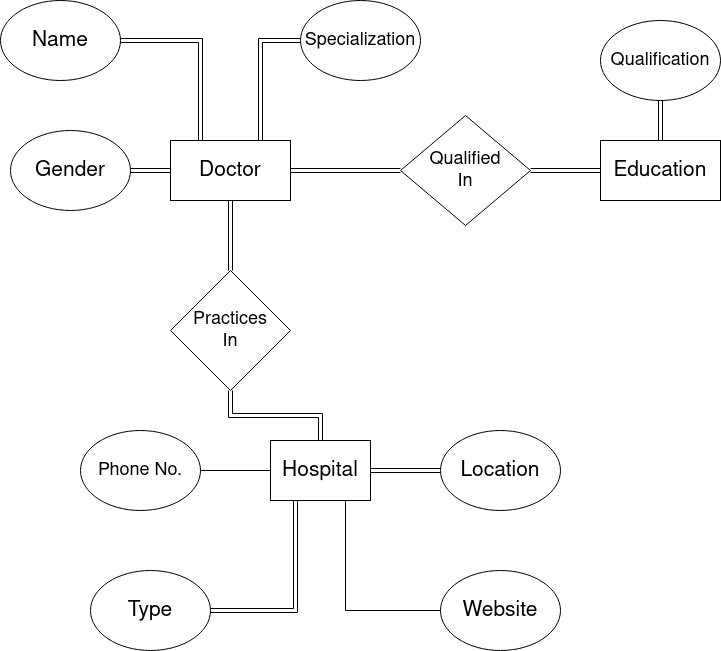
Above: Documentation/Diagrams/projectER.png in faham1997/cse470project (draw.io), before the change. Source tidied: cells renumbered, new cells last; positions are measured from the earlier drawing's top-left corner, leaving out a move shared by most shapes.
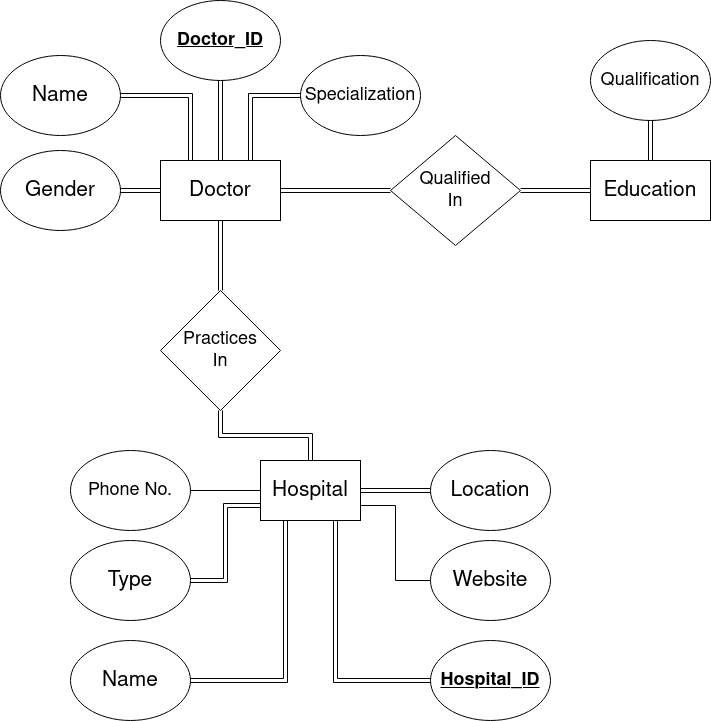
Later version of the same file.

Commit message:
Added unique keys to Doctor and Hospital Entities

Diff of the diagram source:
```diff
@@ -11,21 +11,20 @@
     <mxCell id="4" style="edgeStyle=orthogonalEdgeStyle;shape=link;rounded=0;jettySize=auto;html=1;exitX=0.25;exitY=0;exitDx=0;exitDy=0;entryX=1;entryY=0.5;entryDx=0;entryDy=0;endArrow=none;endFill=0;" parent="1" edge="1" source="5" target="6">
       <mxGeometry relative="1" as="geometry" />
     </mxCell>
+    <mxCell id="27" style="edgeStyle=orthogonalEdgeStyle;shape=link;rounded=0;jettySize=auto;html=1;exitX=0.75;exitY=0;exitDx=0;exitDy=0;entryX=0;entryY=0.5;entryDx=0;entryDy=0;" parent="1" edge="1" source="5" target="8">
+      <mxGeometry relative="1" as="geometry" />
+    </mxCell>
+    <mxCell id="28" style="edgeStyle=orthogonalEdgeStyle;shape=link;rounded=0;jettySize=auto;html=1;exitX=0.5;exitY=0;exitDx=0;exitDy=0;entryX=0.5;entryY=1;entryDx=0;entryDy=0;" parent="1" edge="1" source="5" target="33">
+      <mxGeometry relative="1" as="geometry" />
+    </mxCell>
     <mxCell id="5" value="&lt;font style=&quot;font-size: 21px&quot;&gt;Doctor&lt;/font&gt;" style="rounded=0;whiteSpace=wrap;html=1;" parent="1" vertex="1">
       <mxGeometry x="170" y="140" width="120" height="60" as="geometry" />
     </mxCell>
     <mxCell id="6" value="&lt;font style=&quot;font-size: 21px&quot;&gt;Name&lt;/font&gt;" style="ellipse;whiteSpace=wrap;html=1;" parent="1" vertex="1">
-      <mxGeometry width="120" height="80" as="geometry" />
+      <mxGeometry x="10" y="35" width="120" height="80" as="geometry" />
     </mxCell>
-    <mxCell id="7" style="edgeStyle=orthogonalEdgeStyle;shape=link;rounded=0;jettySize=auto;html=1;exitX=0;exitY=0.5;exitDx=0;exitDy=0;endArrow=none;endFill=0;" parent="1" edge="1" source="8" target="5">
-      <mxGeometry relative="1" as="geometry">
-        <Array as="points">
-          <mxPoint x="260" y="40" />
-        </Array>
-      </mxGeometry>
-    </mxCell>
     <mxCell id="8" value="&lt;font style=&quot;font-size: 18px&quot;&gt;Specialization&lt;/font&gt;" style="ellipse;whiteSpace=wrap;html=1;" parent="1" vertex="1">
-      <mxGeometry x="300" width="120" height="80" as="geometry" />
+      <mxGeometry x="310" y="35" width="120" height="80" as="geometry" />
     </mxCell>
     <mxCell id="9" value="&lt;font style=&quot;font-size: 21px&quot;&gt;Education&lt;/font&gt;" style="rounded=0;whiteSpace=wrap;html=1;" parent="1" vertex="1">
       <mxGeometry x="600" y="140" width="120" height="60" as="geometry" />
@@ -51,6 +50,12 @@
     <mxCell id="16" style="edgeStyle=orthogonalEdgeStyle;shape=link;rounded=0;jettySize=auto;html=1;entryX=0.5;entryY=1;entryDx=0;entryDy=0;endArrow=none;endFill=0;" parent="1" edge="1" source="17" target="14">
       <mxGeometry relative="1" as="geometry" />
     </mxCell>
+    <mxCell id="29" style="edgeStyle=orthogonalEdgeStyle;rounded=0;jettySize=auto;html=1;exitX=0.25;exitY=1;exitDx=0;exitDy=0;entryX=1;entryY=0.5;entryDx=0;entryDy=0;shape=link;" parent="1" edge="1" source="17" target="31">
+      <mxGeometry relative="1" as="geometry" />
+    </mxCell>
+    <mxCell id="30" style="edgeStyle=orthogonalEdgeStyle;shape=link;rounded=0;jettySize=auto;html=1;exitX=0.75;exitY=1;exitDx=0;exitDy=0;entryX=0;entryY=0.5;entryDx=0;entryDy=0;" parent="1" edge="1" source="17" target="32">
+      <mxGeometry relative="1" as="geometry" />
+    </mxCell>
     <mxCell id="17" value="&lt;font style=&quot;font-size: 21px&quot;&gt;Hospital&lt;/font&gt;" style="rounded=0;whiteSpace=wrap;html=1;" parent="1" vertex="1">
       <mxGeometry x="270" y="440" width="100" height="60" as="geometry" />
     </mxCell>
@@ -63,17 +68,17 @@
     <mxCell id="20" value="&lt;font style=&quot;font-size: 21px&quot;&gt;Location&lt;/font&gt;" style="ellipse;whiteSpace=wrap;html=1;" parent="1" vertex="1">
       <mxGeometry x="440" y="430" width="120" height="80" as="geometry" />
     </mxCell>
-    <mxCell id="21" style="edgeStyle=orthogonalEdgeStyle;rounded=0;jettySize=auto;html=1;endArrow=none;endFill=0;entryX=0.25;entryY=1;entryDx=0;entryDy=0;shape=link;" parent="1" edge="1" source="22" target="17">
+    <mxCell id="21" style="edgeStyle=orthogonalEdgeStyle;rounded=0;jettySize=auto;html=1;endArrow=none;endFill=0;entryX=0;entryY=0.75;entryDx=0;entryDy=0;shape=link;" parent="1" edge="1" source="22" target="17">
       <mxGeometry relative="1" as="geometry" />
     </mxCell>
     <mxCell id="22" value="&lt;font style=&quot;font-size: 21px&quot;&gt;Type&lt;/font&gt;" style="ellipse;whiteSpace=wrap;html=1;" parent="1" vertex="1">
-      <mxGeometry x="90" y="570" width="120" height="80" as="geometry" />
+      <mxGeometry x="80" y="520" width="120" height="80" as="geometry" />
     </mxCell>
-    <mxCell id="23" style="edgeStyle=orthogonalEdgeStyle;rounded=0;jettySize=auto;html=1;entryX=0.75;entryY=1;entryDx=0;entryDy=0;endArrow=none;endFill=0;" parent="1" edge="1" source="24" target="17">
+    <mxCell id="23" style="edgeStyle=orthogonalEdgeStyle;rounded=0;jettySize=auto;html=1;entryX=1;entryY=0.75;entryDx=0;entryDy=0;endArrow=none;endFill=0;" parent="1" edge="1" source="24" target="17">
       <mxGeometry relative="1" as="geometry" />
     </mxCell>
     <mxCell id="24" value="&lt;font style=&quot;font-size: 21px&quot;&gt;Website&lt;/font&gt;" style="ellipse;whiteSpace=wrap;html=1;" parent="1" vertex="1">
-      <mxGeometry x="440" y="570" width="120" height="80" as="geometry" />
+      <mxGeometry x="440" y="520" width="120" height="80" as="geometry" />
     </mxCell>
     <mxCell id="25" style="edgeStyle=orthogonalEdgeStyle;rounded=0;jettySize=auto;html=1;entryX=0;entryY=0.5;entryDx=0;entryDy=0;shape=link;" parent="1" edge="1" source="26" target="5">
       <mxGeometry relative="1" as="geometry" />
@@ -81,5 +86,14 @@
     <mxCell id="26" value="&lt;font style=&quot;font-size: 21px&quot;&gt;&lt;span&gt;Gender&lt;/span&gt;&lt;/font&gt;" style="ellipse;whiteSpace=wrap;html=1;" parent="1" vertex="1">
       <mxGeometry x="10" y="130" width="120" height="80" as="geometry" />
     </mxCell>
+    <mxCell id="31" value="&lt;font style=&quot;font-size: 21px&quot;&gt;Name&lt;/font&gt;" style="ellipse;whiteSpace=wrap;html=1;" parent="1" vertex="1">
+      <mxGeometry x="80" y="620" width="120" height="80" as="geometry" />
+    </mxCell>
+    <mxCell id="32" value="&lt;u&gt;&lt;b&gt;&lt;font style=&quot;font-size: 18px&quot;&gt;Hospital_ID&lt;/font&gt;&lt;/b&gt;&lt;/u&gt;" style="ellipse;whiteSpace=wrap;html=1;" parent="1" vertex="1">
+      <mxGeometry x="440" y="620" width="120" height="80" as="geometry" />
+    </mxCell>
+    <mxCell id="33" value="&lt;font size=&quot;1&quot;&gt;&lt;u&gt;&lt;b style=&quot;font-size: 18px&quot;&gt;Doctor_ID&lt;/b&gt;&lt;/u&gt;&lt;/font&gt;" style="ellipse;whiteSpace=wrap;html=1;" parent="1" vertex="1">
+      <mxGeometry x="170" y="-20" width="120" height="80" as="geometry" />
+    </mxCell>
   </root>
 </mxGraphModel>
```
